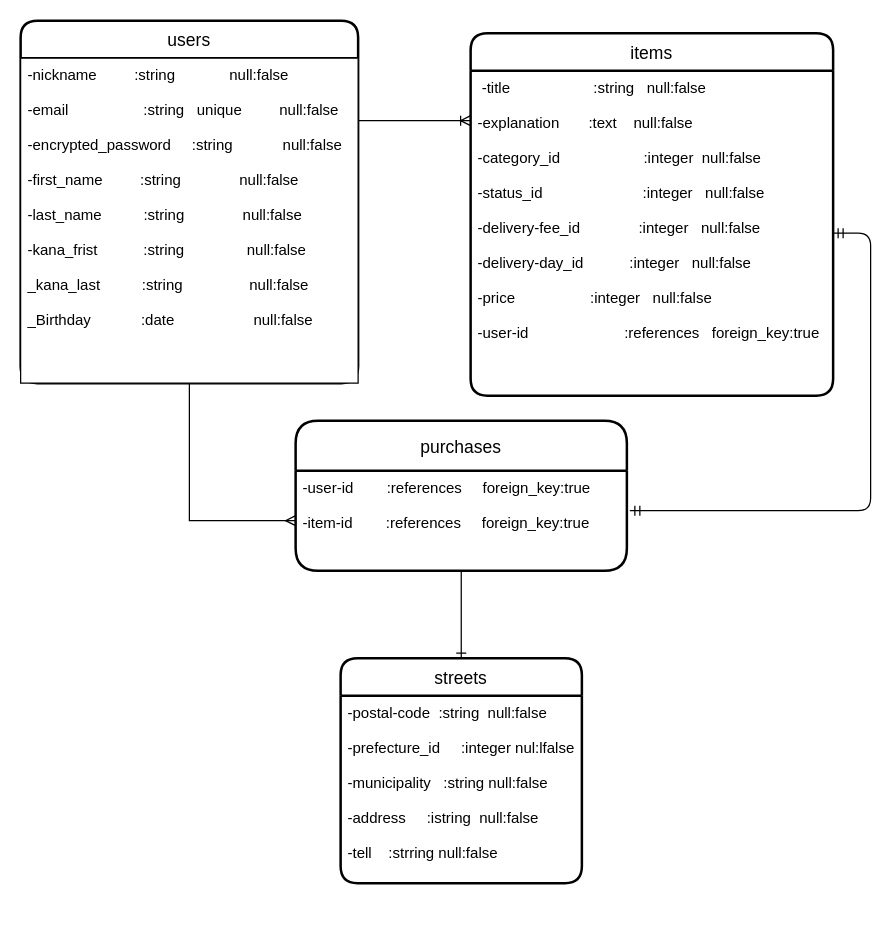
The draw.io diagram furima.dio in bloom-dream36/furima-32088, before the edit. Source tidied: cells renumbered, new cells numbered last; positions are measured from the earlier drawing's top-left corner, leaving out a move shared by most shapes. Both pictures are drawn from the tidied source at 125%, with x=0, y=0 at pixel (20, 20).
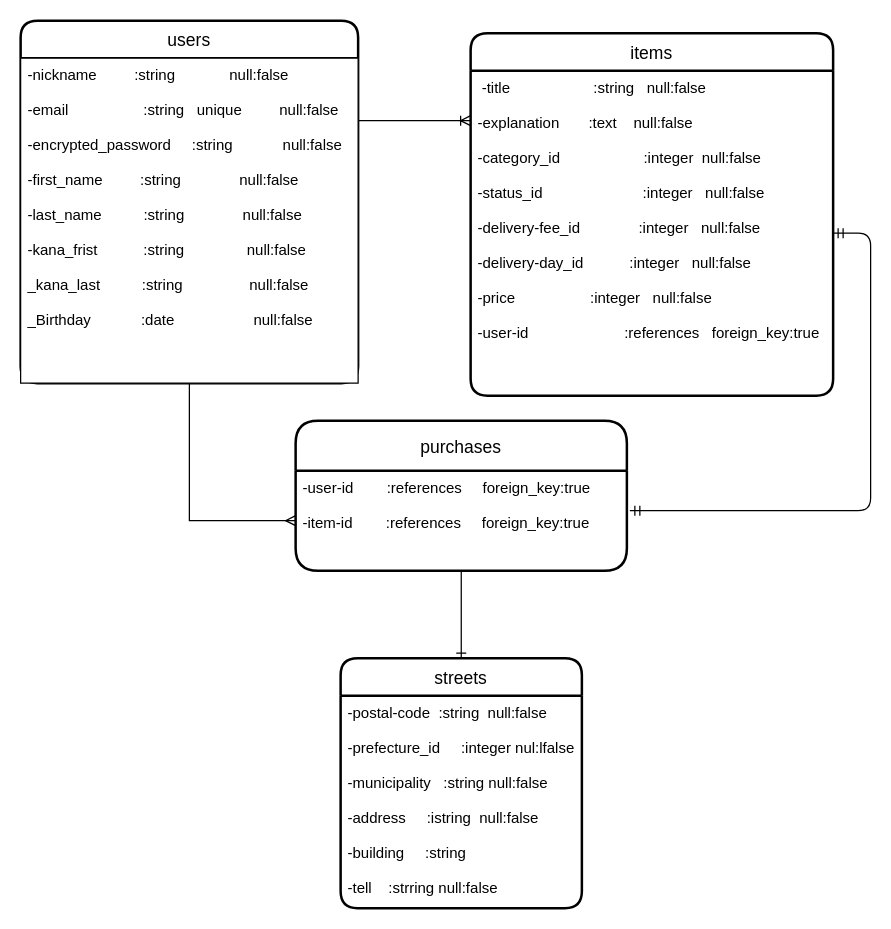
The same diagram, later.

Diff of the diagram source:
```diff
@@
 <mxGraphModel>
   <root>
     <mxCell id="0" />
     <mxCell id="1" parent="0" />
     <mxCell id="2" style="edgeStyle=orthogonalEdgeStyle;rounded=0;jettySize=auto;html=1;exitX=0.5;exitY=1;exitDx=0;exitDy=0;entryX=0;entryY=0.5;entryDx=0;entryDy=0;endArrow=ERmany;endFill=0;" parent="1" edge="1" source="6" target="11">
       <mxGeometry relative="1" as="geometry" />
     </mxCell>
     <mxCell id="3" style="edgeStyle=entityRelationEdgeStyle;fontSize=12;html=1;endArrow=ERoneToMany;" parent="1" edge="1">
       <mxGeometry relative="1" as="geometry">
         <mxPoint x="170" y="80" as="sourcePoint" />
         <mxPoint x="360" y="80" as="targetPoint" />
       </mxGeometry>
     </mxCell>
     <mxCell id="4" style="edgeStyle=entityRelationEdgeStyle;fontSize=12;html=1;endArrow=ERmandOne;startArrow=ERmandOne;exitX=1.009;exitY=0.4;exitDx=0;exitDy=0;exitPerimeter=0;" parent="1" edge="1" source="11" target="9">
       <mxGeometry relative="1" as="geometry" />
     </mxCell>
     <mxCell id="5" style="edgeStyle=orthogonalEdgeStyle;rounded=0;jettySize=auto;html=1;exitX=0.5;exitY=1;exitDx=0;exitDy=0;entryX=0.5;entryY=0;entryDx=0;entryDy=0;endArrow=ERone;endFill=0;" parent="1" edge="1" source="11" target="12">
       <mxGeometry relative="1" as="geometry" />
     </mxCell>
     <mxCell id="6" value="users" style="swimlane;horizontal=1;startSize=30;rounded=1;fontSize=14;fontStyle=0;strokeWidth=2;shadow=0;dashed=0;align=center;" parent="1" vertex="1">
       <mxGeometry width="270" height="290" as="geometry" />
     </mxCell>
     <mxCell id="7" value="-nickname         :string             null:false  &#10;&#10;-email                  :string   unique         null:false&#10;&#10;-encrypted_password     :string            null:false&#10;&#10;-first_name         :string              null:false&#10;&#10;-last_name          :string              null:false&#10;&#10;-kana_frist           :string               null:false&#10;&#10;_kana_last          :string                null:false&#10; &#10;_Birthday            :date                   null:false&#10;&#10;&#10;&#10;&#10;&#10;&#10;" style="align=left;spacingLeft=4;fontSize=12;verticalAlign=top;" parent="6" vertex="1">
       <mxGeometry y="30" width="270" height="260" as="geometry" />
     </mxCell>
     <mxCell id="8" value="items" style="swimlane;horizontal=1;startSize=30;rounded=1;fontSize=14;fontStyle=0;strokeWidth=2;shadow=0;dashed=0;align=center;" parent="1" vertex="1">
       <mxGeometry x="360" y="10" width="290" height="290" as="geometry" />
     </mxCell>
     <mxCell id="9" value=" -title                    :string   null:false&#10;&#10;-explanation       :text    null:false&#10;&#10;-category_id                    :integer  null:false&#10;&#10;-status_id                        :integer   null:false&#10;&#10;-delivery-fee_id              :integer   null:false&#10;&#10;-delivery-day_id           :integer   null:false&#10;&#10;-price                  :integer   null:false&#10;&#10;-user-id                       :references   foreign_key:true&#10;" style="align=left;strokeColor=none;fillColor=none;spacingLeft=4;fontSize=12;verticalAlign=top;" parent="8" vertex="1">
       <mxGeometry y="30" width="290" height="260" as="geometry" />
     </mxCell>
     <mxCell id="10" value="purchases" style="swimlane;horizontal=1;startSize=40;rounded=1;fontSize=14;fontStyle=0;strokeWidth=2;shadow=0;dashed=0;align=center;" parent="1" vertex="1">
       <mxGeometry x="220" y="320" width="265" height="120" as="geometry" />
     </mxCell>
     <mxCell id="11" value="-user-id        :references     foreign_key:true&#10;&#10;-item-id        :references     foreign_key:true&#10;&#10;" style="align=left;strokeColor=none;fillColor=none;spacingLeft=4;fontSize=12;verticalAlign=top;" parent="10" vertex="1">
       <mxGeometry y="40" width="265" height="80" as="geometry" />
     </mxCell>
     <mxCell id="12" value="streets" style="swimlane;horizontal=1;startSize=30;rounded=1;fontSize=14;fontStyle=0;strokeWidth=2;shadow=0;dashed=0;align=center;" parent="1" vertex="1">
-      <mxGeometry x="256" y="510" width="193" height="180" as="geometry" />
+      <mxGeometry x="256" y="510" width="193" height="200" as="geometry" />
     </mxCell>
-    <mxCell id="13" value="-postal-code  :string  null:false&#10;&#10;-prefecture_id     :integer nul:lfalse&#10;&#10;-municipality   :string null:false&#10;&#10;-address     :istring  null:false&#10;&#10;-tell    :strring null:false" style="align=left;strokeColor=none;fillColor=none;spacingLeft=4;fontSize=12;verticalAlign=top;" parent="12" vertex="1">
-      <mxGeometry y="30" width="193" height="150" as="geometry" />
+    <mxCell id="13" value="-postal-code  :string  null:false&#10;&#10;-prefecture_id     :integer nul:lfalse&#10;&#10;-municipality   :string null:false&#10;&#10;-address     :istring  null:false&#10;&#10;-building     :string&#10;&#10;-tell    :strring null:false" style="align=left;strokeColor=none;fillColor=none;spacingLeft=4;fontSize=12;verticalAlign=top;" parent="12" vertex="1">
+      <mxGeometry y="30" width="193" height="170" as="geometry" />
     </mxCell>
   </root>
 </mxGraphModel>
```
